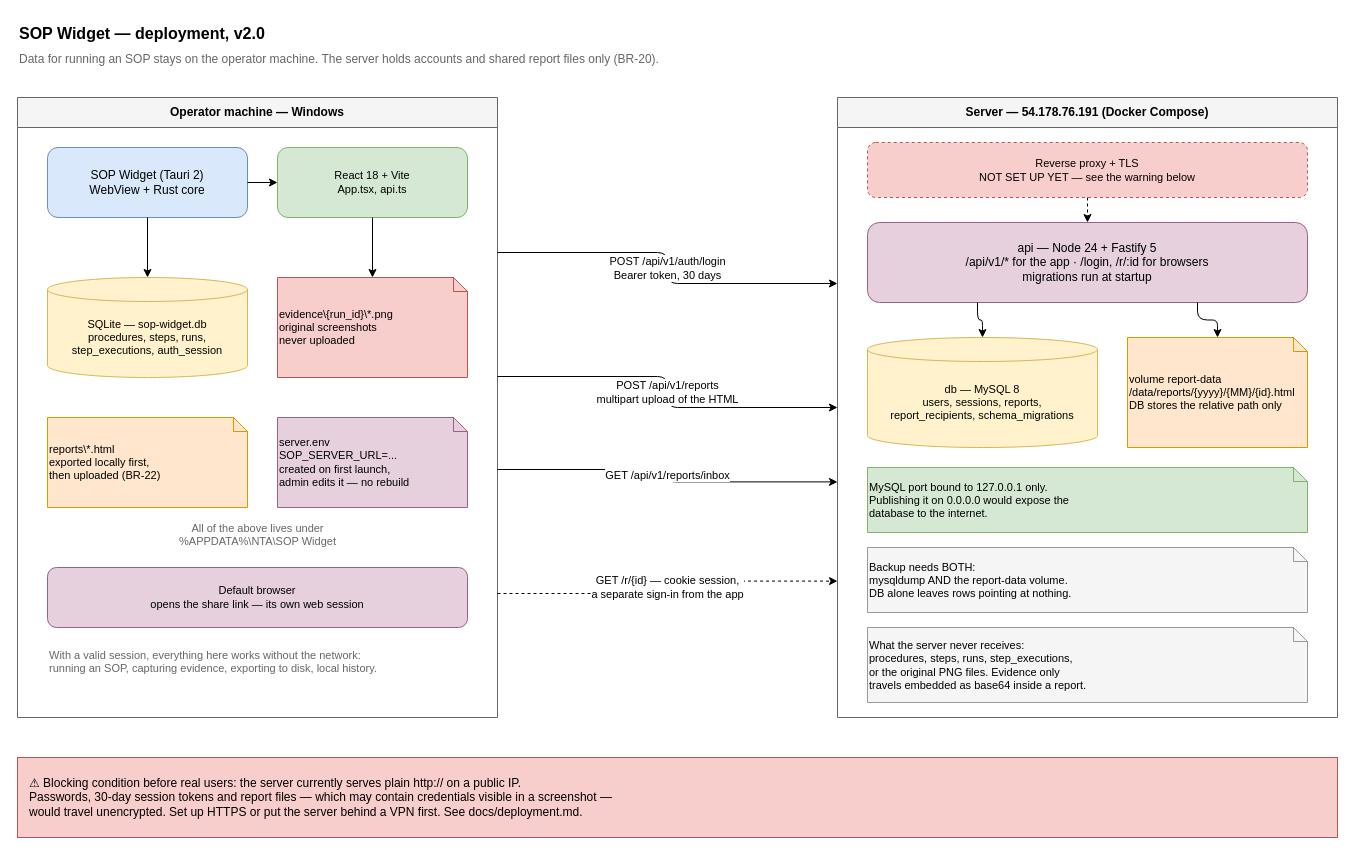
Above: docs/diagram/overview/deployment.drawio in minhhoang1907994-cmyk/sop-widget (draw.io), before the change. Source tidied: cells renumbered, new cells numbered last; positions are measured from the earlier drawing's top-left corner, leaving out a move shared by most shapes. Both pictures are drawn from the tidied source at 100%, with x=0, y=0 at pixel (17, 17).
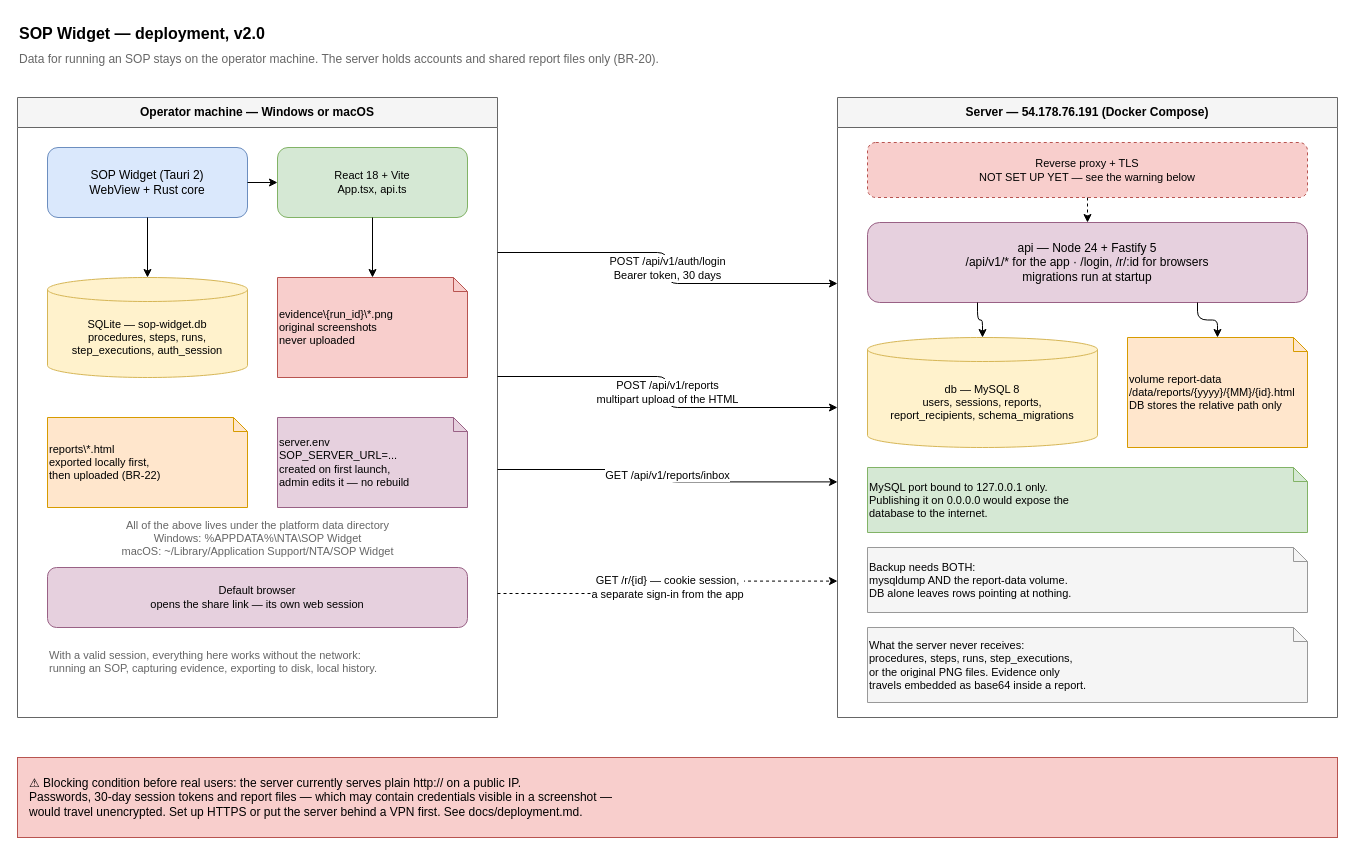
After the change.

Change to the diagram source:
```diff
@@
-    <mxCell id="4" value="Operator machine — Windows" style="swimlane;whiteSpace=wrap;html=1;startSize=30;fillColor=#f5f5f5;strokeColor=#666666;fontSize=12;fontStyle=1;" parent="1" vertex="1">
+    <mxCell id="4" value="Operator machine — Windows or macOS" style="swimlane;whiteSpace=wrap;html=1;startSize=30;fillColor=#f5f5f5;strokeColor=#666666;fontSize=12;fontStyle=1;" parent="1" vertex="1">
       <mxGeometry y="80" width="480" height="620" as="geometry" />
     </mxCell>
@@
-    <mxCell id="11" value="All of the above lives under&#10;%APPDATA%\NTA\SOP Widget" style="text;html=1;fontSize=11;fontColor=#666666;align=center;" parent="4" vertex="1">
-      <mxGeometry x="30" y="418" width="420" height="30" as="geometry" />
+    <mxCell id="11" value="All of the above lives under the platform data directory&#10;Windows: %APPDATA%\NTA\SOP Widget&#10;macOS: ~/Library/Application Support/NTA/SOP Widget" style="text;html=1;fontSize=11;fontColor=#666666;align=center;" parent="4" vertex="1">
+      <mxGeometry x="30" y="415" width="420" height="48" as="geometry" />
     </mxCell>
```
